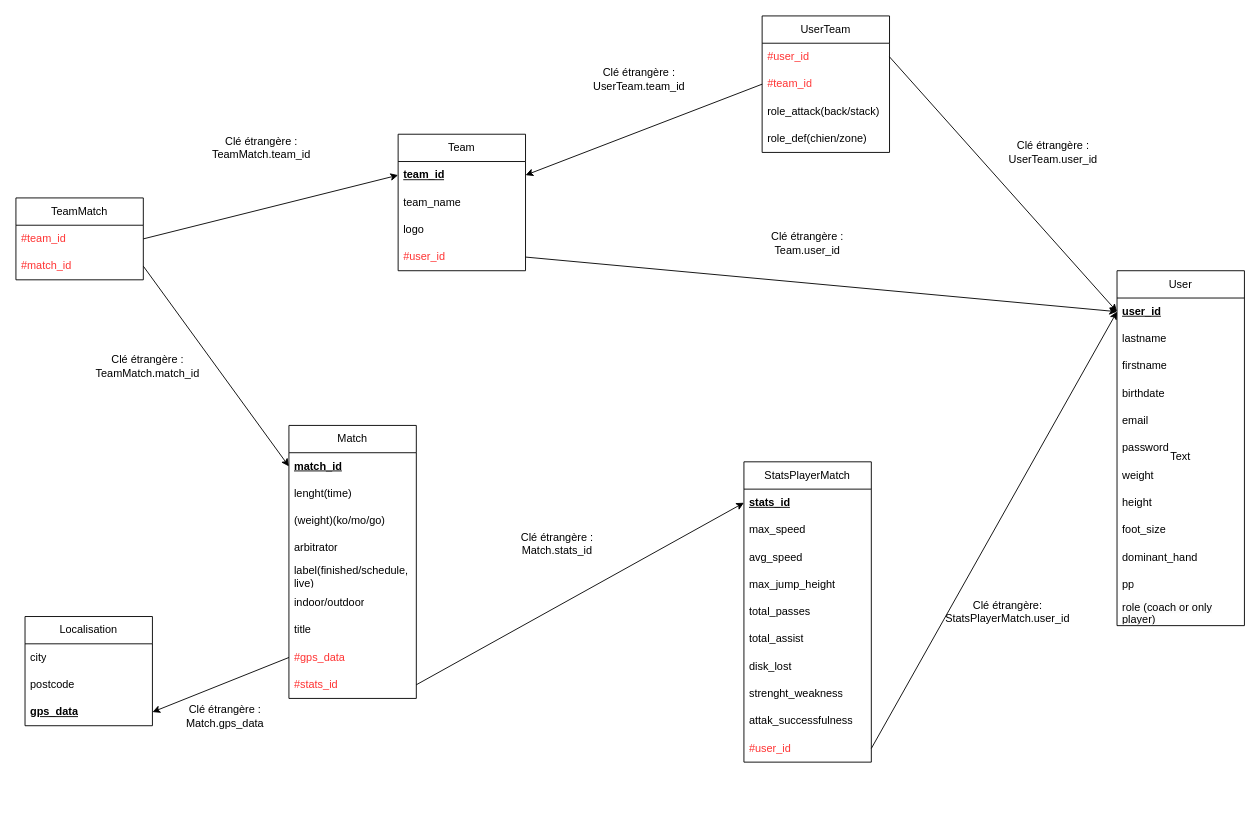
This is DB/schema_logique.dio from Saint-Patic/Projet-d-integration-2025-2026, a draw.io file, before an edit. Source tidied: cells renumbered, new cells numbered last; positions are measured from the earlier drawing's top-left corner, leaving out a move shared by most shapes. Both pictures are drawn from the tidied source at 91%, with x=0, y=0 at pixel (15, 15).
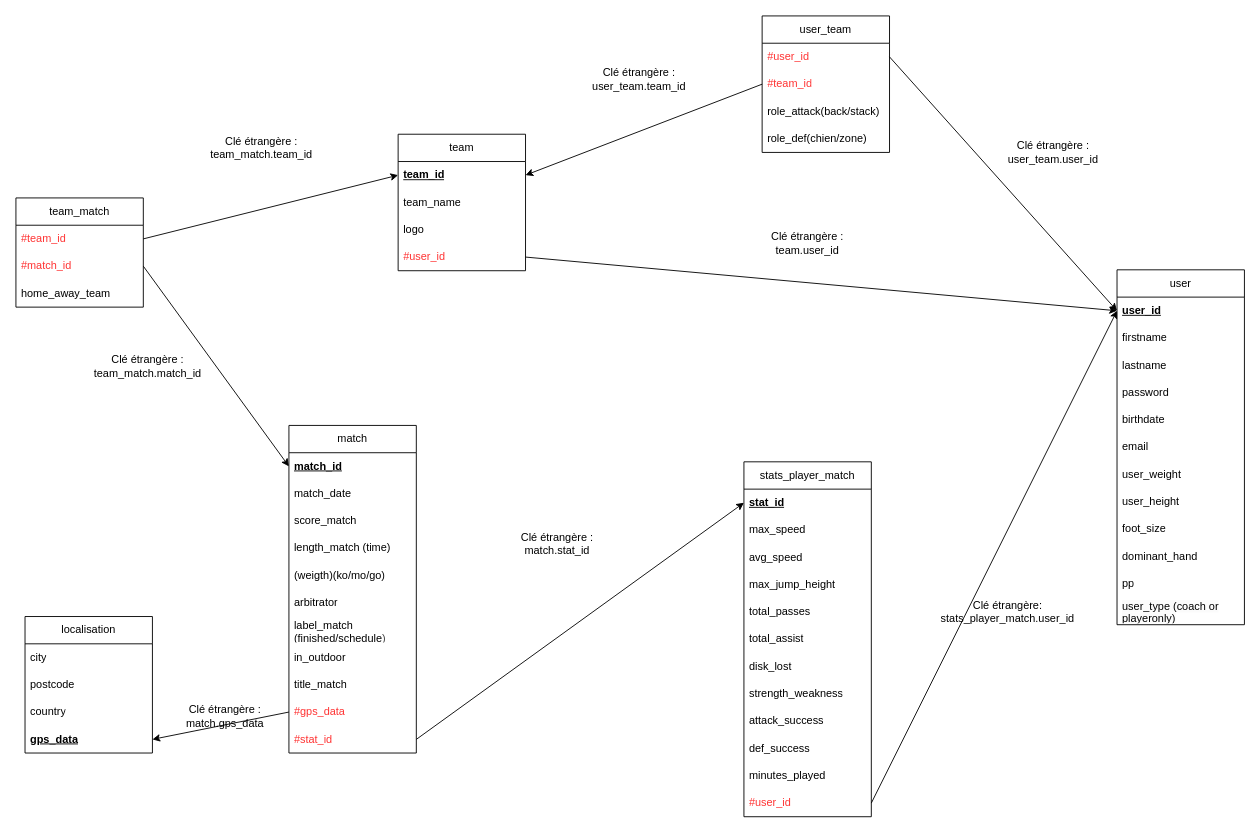
Above is the later version.

Change to the diagram source:
```diff
@@
-    <mxCell id="2" value="StatsPlayerMatch" style="swimlane;fontStyle=0;horizontal=1;startSize=30;whiteSpace=wrap;html=1;" parent="1" vertex="1">
-      <mxGeometry x="800" y="490" width="140" height="330" as="geometry" />
+    <mxCell id="2" value="stats_player_match" style="swimlane;fontStyle=0;horizontal=1;startSize=30;whiteSpace=wrap;html=1;" parent="1" vertex="1">
+      <mxGeometry x="800" y="490" width="140" height="390" as="geometry" />
     </mxCell>
-    <mxCell id="3" value="&lt;b&gt;&lt;u&gt;stats_id&lt;/u&gt;&lt;/b&gt;" style="text;strokeColor=none;fillColor=none;align=left;verticalAlign=middle;spacingLeft=4;spacingRight=4;overflow=hidden;points=[[0,0.5],[1,0.5]];portConstraint=eastwest;whiteSpace=wrap;html=1;" parent="2" vertex="1">
+    <mxCell id="3" value="&lt;b&gt;&lt;u&gt;stat_id&lt;/u&gt;&lt;/b&gt;" style="text;strokeColor=none;fillColor=none;align=left;verticalAlign=middle;spacingLeft=4;spacingRight=4;overflow=hidden;points=[[0,0.5],[1,0.5]];portConstraint=eastwest;whiteSpace=wrap;html=1;" parent="2" vertex="1">
       <mxGeometry y="30" width="140" height="30" as="geometry" />
     </mxCell>
@@
-    <mxCell id="10" value="strenght_weakness" style="text;strokeColor=none;fillColor=none;align=left;verticalAlign=middle;spacingLeft=4;spacingRight=4;overflow=hidden;whiteSpace=wrap;html=1;" parent="2" vertex="1">
+    <mxCell id="10" value="strength_weakness" style="text;strokeColor=none;fillColor=none;align=left;verticalAlign=middle;spacingLeft=4;spacingRight=4;overflow=hidden;whiteSpace=wrap;html=1;" parent="2" vertex="1">
       <mxGeometry y="240" width="140" height="30" as="geometry" />
     </mxCell>
-    <mxCell id="11" value="attak_successfulness" style="text;strokeColor=none;fillColor=none;align=left;verticalAlign=middle;spacingLeft=4;spacingRight=4;overflow=hidden;whiteSpace=wrap;html=1;" parent="2" vertex="1">
+    <mxCell id="11" value="attack_success" style="text;strokeColor=none;fillColor=none;align=left;verticalAlign=middle;spacingLeft=4;spacingRight=4;overflow=hidden;whiteSpace=wrap;html=1;" parent="2" vertex="1">
       <mxGeometry y="270" width="140" height="30" as="geometry" />
     </mxCell>
+    <mxCell id="70" value="def_success" style="text;strokeColor=none;fillColor=none;align=left;verticalAlign=middle;spacingLeft=4;spacingRight=4;overflow=hidden;whiteSpace=wrap;html=1;" parent="2" vertex="1">
+      <mxGeometry y="300" width="140" height="30" as="geometry" />
+    </mxCell>
+    <mxCell id="71" value="minutes_played" style="text;strokeColor=none;fillColor=none;align=left;verticalAlign=middle;spacingLeft=4;spacingRight=4;overflow=hidden;whiteSpace=wrap;html=1;" parent="2" vertex="1">
+      <mxGeometry y="330" width="140" height="30" as="geometry" />
+    </mxCell>
     <mxCell id="12" value="&lt;font style=&quot;color: rgb(255, 51, 51);&quot;&gt;#user_id&lt;/font&gt;" style="text;strokeColor=none;fillColor=none;align=left;verticalAlign=middle;spacingLeft=4;spacingRight=4;overflow=hidden;points=[[0,0.5],[1,0.5]];portConstraint=eastwest;whiteSpace=wrap;html=1;" parent="2" vertex="1">
-      <mxGeometry y="300" width="140" height="30" as="geometry" />
+      <mxGeometry y="360" width="140" height="30" as="geometry" />
     </mxCell>
-    <mxCell id="13" value="User" style="swimlane;fontStyle=0;horizontal=1;startSize=30;whiteSpace=wrap;html=1;" parent="1" vertex="1">
-      <mxGeometry x="1210" y="280" width="140" height="390" as="geometry" />
+    <mxCell id="13" value="user" style="swimlane;fontStyle=0;horizontal=1;startSize=30;whiteSpace=wrap;html=1;" parent="1" vertex="1">
+      <mxGeometry x="1210" y="279" width="140" height="390" as="geometry" />
     </mxCell>
@@
+    <mxCell id="16" value="firstname" style="text;strokeColor=none;fillColor=none;align=left;verticalAlign=middle;spacingLeft=4;spacingRight=4;overflow=hidden;whiteSpace=wrap;html=1;" parent="13" vertex="1">
+      <mxGeometry y="60" width="140" height="30" as="geometry" />
+    </mxCell>
     <mxCell id="15" value="lastname" style="text;strokeColor=none;fillColor=none;align=left;verticalAlign=middle;spacingLeft=4;spacingRight=4;overflow=hidden;whiteSpace=wrap;html=1;" parent="13" vertex="1">
-      <mxGeometry y="60" width="140" height="30" as="geometry" />
+      <mxGeometry y="90" width="140" height="30" as="geometry" />
     </mxCell>
-    <mxCell id="16" value="firstname" style="text;strokeColor=none;fillColor=none;align=left;verticalAlign=middle;spacingLeft=4;spacingRight=4;overflow=hidden;whiteSpace=wrap;html=1;" parent="13" vertex="1">
-      <mxGeometry y="90" width="140" height="30" as="geometry" />
-    </mxCell>
+    <mxCell id="19" value="password" style="text;strokeColor=none;fillColor=none;align=left;verticalAlign=middle;spacingLeft=4;spacingRight=4;overflow=hidden;whiteSpace=wrap;html=1;" parent="13" vertex="1">
+      <mxGeometry y="120" width="140" height="30" as="geometry" />
+    </mxCell>
     <mxCell id="17" value="birthdate" style="text;strokeColor=none;fillColor=none;align=left;verticalAlign=middle;spacingLeft=4;spacingRight=4;overflow=hidden;whiteSpace=wrap;html=1;" parent="13" vertex="1">
-      <mxGeometry y="120" width="140" height="30" as="geometry" />
+      <mxGeometry y="150" width="140" height="30" as="geometry" />
     </mxCell>
     <mxCell id="18" value="email" style="text;strokeColor=none;fillColor=none;align=left;verticalAlign=middle;spacingLeft=4;spacingRight=4;overflow=hidden;whiteSpace=wrap;html=1;" parent="13" vertex="1">
-      <mxGeometry y="150" width="140" height="30" as="geometry" />
+      <mxGeometry y="180" width="140" height="30" as="geometry" />
     </mxCell>
-    <mxCell id="19" value="password" style="text;strokeColor=none;fillColor=none;align=left;verticalAlign=middle;spacingLeft=4;spacingRight=4;overflow=hidden;whiteSpace=wrap;html=1;" parent="13" vertex="1">
-      <mxGeometry y="180" width="140" height="30" as="geometry" />
-    </mxCell>
-    <mxCell id="20" value="weight" style="text;strokeColor=none;fillColor=none;align=left;verticalAlign=middle;spacingLeft=4;spacingRight=4;overflow=hidden;whiteSpace=wrap;html=1;" parent="13" vertex="1">
+    <mxCell id="20" value="user_weight" style="text;strokeColor=none;fillColor=none;align=left;verticalAlign=middle;spacingLeft=4;spacingRight=4;overflow=hidden;whiteSpace=wrap;html=1;" parent="13" vertex="1">
       <mxGeometry y="210" width="140" height="30" as="geometry" />
     </mxCell>
-    <mxCell id="21" value="height" style="text;strokeColor=none;fillColor=none;align=left;verticalAlign=middle;spacingLeft=4;spacingRight=4;overflow=hidden;whiteSpace=wrap;html=1;" parent="13" vertex="1">
+    <mxCell id="21" value="user_height" style="text;strokeColor=none;fillColor=none;align=left;verticalAlign=middle;spacingLeft=4;spacingRight=4;overflow=hidden;whiteSpace=wrap;html=1;" parent="13" vertex="1">
       <mxGeometry y="240" width="140" height="30" as="geometry" />
     </mxCell>
@@
-    <mxCell id="25" value="&lt;span style=&quot;color: rgb(0, 0, 0); font-family: Helvetica; font-size: 12px; font-style: normal; font-variant-ligatures: normal; font-variant-caps: normal; font-weight: 400; letter-spacing: normal; orphans: 2; text-align: left; text-indent: 0px; text-transform: none; widows: 2; word-spacing: 0px; -webkit-text-stroke-width: 0px; white-space: normal; background-color: rgb(251, 251, 251); text-decoration-thickness: initial; text-decoration-style: initial; text-decoration-color: initial; float: none; display: inline !important;&quot;&gt;role (coach or only player)&lt;/span&gt;" style="text;strokeColor=none;fillColor=none;align=left;verticalAlign=middle;spacingLeft=4;spacingRight=4;overflow=hidden;whiteSpace=wrap;html=1;" parent="13" vertex="1">
+    <mxCell id="25" value="&lt;span style=&quot;color: rgb(0, 0, 0); font-family: Helvetica; font-size: 12px; font-style: normal; font-variant-ligatures: normal; font-variant-caps: normal; font-weight: 400; letter-spacing: normal; orphans: 2; text-align: left; text-indent: 0px; text-transform: none; widows: 2; word-spacing: 0px; -webkit-text-stroke-width: 0px; white-space: normal; background-color: rgb(251, 251, 251); text-decoration-thickness: initial; text-decoration-style: initial; text-decoration-color: initial; float: none; display: inline !important;&quot;&gt;user_type (coach or playeronly)&lt;/span&gt;" style="text;strokeColor=none;fillColor=none;align=left;verticalAlign=middle;spacingLeft=4;spacingRight=4;overflow=hidden;whiteSpace=wrap;html=1;" parent="13" vertex="1">
       <mxGeometry y="360" width="140" height="30" as="geometry" />
     </mxCell>
-    <mxCell id="26" value="Match" style="swimlane;fontStyle=0;horizontal=1;startSize=30;whiteSpace=wrap;html=1;" parent="1" vertex="1">
-      <mxGeometry x="300" y="450" width="140" height="300" as="geometry" />
+    <mxCell id="26" value="match" style="swimlane;fontStyle=0;horizontal=1;startSize=30;whiteSpace=wrap;html=1;" parent="1" vertex="1">
+      <mxGeometry x="300" y="450" width="140" height="360" as="geometry" />
     </mxCell>
@@
+    <mxCell id="72" value="match_date" style="text;strokeColor=none;fillColor=none;align=left;verticalAlign=middle;spacingLeft=4;spacingRight=4;overflow=hidden;whiteSpace=wrap;html=1;" parent="26" vertex="1">
+      <mxGeometry y="60" width="140" height="30" as="geometry" />
+    </mxCell>
+    <mxCell id="73" value="score_match" style="text;strokeColor=none;fillColor=none;align=left;verticalAlign=middle;spacingLeft=4;spacingRight=4;overflow=hidden;whiteSpace=wrap;html=1;" parent="26" vertex="1">
+      <mxGeometry y="90" width="140" height="30" as="geometry" />
+    </mxCell>
-    <mxCell id="28" value="lenght(time)" style="text;strokeColor=none;fillColor=none;align=left;verticalAlign=middle;spacingLeft=4;spacingRight=4;overflow=hidden;whiteSpace=wrap;html=1;" parent="26" vertex="1">
-      <mxGeometry y="60" width="140" height="30" as="geometry" />
+    <mxCell id="28" value="length_match (time)" style="text;strokeColor=none;fillColor=none;align=left;verticalAlign=middle;spacingLeft=4;spacingRight=4;overflow=hidden;whiteSpace=wrap;html=1;" parent="26" vertex="1">
+      <mxGeometry y="120" width="140" height="30" as="geometry" />
     </mxCell>
-    <mxCell id="29" value="(weight)(ko/mo/go)" style="text;strokeColor=none;fillColor=none;align=left;verticalAlign=middle;spacingLeft=4;spacingRight=4;overflow=hidden;whiteSpace=wrap;html=1;" parent="26" vertex="1">
-      <mxGeometry y="90" width="140" height="30" as="geometry" />
+    <mxCell id="29" value="(weigth)(ko/mo/go)" style="text;strokeColor=none;fillColor=none;align=left;verticalAlign=middle;spacingLeft=4;spacingRight=4;overflow=hidden;whiteSpace=wrap;html=1;" parent="26" vertex="1">
+      <mxGeometry y="150" width="140" height="30" as="geometry" />
     </mxCell>
     <mxCell id="30" value="arbitrator" style="text;strokeColor=none;fillColor=none;align=left;verticalAlign=middle;spacingLeft=4;spacingRight=4;overflow=hidden;whiteSpace=wrap;html=1;" parent="26" vertex="1">
-      <mxGeometry y="120" width="140" height="30" as="geometry" />
+      <mxGeometry y="180" width="140" height="30" as="geometry" />
     </mxCell>
-    <mxCell id="31" value="label(finished/schedule,&lt;div&gt;live)&lt;/div&gt;" style="text;strokeColor=none;fillColor=none;align=left;verticalAlign=middle;spacingLeft=4;spacingRight=4;overflow=hidden;whiteSpace=wrap;html=1;" parent="26" vertex="1">
-      <mxGeometry y="150" width="140" height="30" as="geometry" />
+    <mxCell id="31" value="label_match&lt;div&gt;(finished/schedule&lt;span style=&quot;color: rgb(63, 63, 63); background-color: transparent;&quot;&gt;)&lt;/span&gt;&lt;/div&gt;" style="text;strokeColor=none;fillColor=none;align=left;verticalAlign=middle;spacingLeft=4;spacingRight=4;overflow=hidden;whiteSpace=wrap;html=1;" parent="26" vertex="1">
+      <mxGeometry y="210" width="140" height="30" as="geometry" />
     </mxCell>
-    <mxCell id="32" value="indoor/outdoor" style="text;strokeColor=none;fillColor=none;align=left;verticalAlign=middle;spacingLeft=4;spacingRight=4;overflow=hidden;whiteSpace=wrap;html=1;" parent="26" vertex="1">
-      <mxGeometry y="180" width="140" height="30" as="geometry" />
+    <mxCell id="32" value="in_outdoor" style="text;strokeColor=none;fillColor=none;align=left;verticalAlign=middle;spacingLeft=4;spacingRight=4;overflow=hidden;whiteSpace=wrap;html=1;" parent="26" vertex="1">
+      <mxGeometry y="240" width="140" height="30" as="geometry" />
     </mxCell>
-    <mxCell id="33" value="title" style="text;strokeColor=none;fillColor=none;align=left;verticalAlign=middle;spacingLeft=4;spacingRight=4;overflow=hidden;whiteSpace=wrap;html=1;" parent="26" vertex="1">
-      <mxGeometry y="210" width="140" height="30" as="geometry" />
+    <mxCell id="33" value="title_match" style="text;strokeColor=none;fillColor=none;align=left;verticalAlign=middle;spacingLeft=4;spacingRight=4;overflow=hidden;whiteSpace=wrap;html=1;" parent="26" vertex="1">
+      <mxGeometry y="270" width="140" height="30" as="geometry" />
     </mxCell>
     <mxCell id="34" value="&lt;font style=&quot;color: rgb(255, 51, 51);&quot;&gt;#gps_data&lt;/font&gt;" style="text;strokeColor=none;fillColor=none;align=left;verticalAlign=middle;spacingLeft=4;spacingRight=4;overflow=hidden;points=[[0,0.5],[1,0.5]];portConstraint=eastwest;whiteSpace=wrap;html=1;" parent="26" vertex="1">
-      <mxGeometry y="240" width="140" height="30" as="geometry" />
+      <mxGeometry y="300" width="140" height="30" as="geometry" />
     </mxCell>
-    <mxCell id="35" value="&lt;font style=&quot;color: rgb(255, 51, 51);&quot;&gt;#stats_id&lt;/font&gt;" style="text;strokeColor=none;fillColor=none;align=left;verticalAlign=middle;spacingLeft=4;spacingRight=4;overflow=hidden;points=[[0,0.5],[1,0.5]];portConstraint=eastwest;whiteSpace=wrap;html=1;" parent="26" vertex="1">
-      <mxGeometry y="270" width="140" height="30" as="geometry" />
+    <mxCell id="35" value="&lt;font style=&quot;color: rgb(255, 51, 51);&quot;&gt;#stat_id&lt;/font&gt;" style="text;strokeColor=none;fillColor=none;align=left;verticalAlign=middle;spacingLeft=4;spacingRight=4;overflow=hidden;points=[[0,0.5],[1,0.5]];portConstraint=eastwest;whiteSpace=wrap;html=1;" parent="26" vertex="1">
+      <mxGeometry y="330" width="140" height="30" as="geometry" />
     </mxCell>
-    <mxCell id="36" value="Team" style="swimlane;fontStyle=0;horizontal=1;startSize=30;whiteSpace=wrap;html=1;" parent="1" vertex="1">
+    <mxCell id="36" value="team" style="swimlane;fontStyle=0;horizontal=1;startSize=30;whiteSpace=wrap;html=1;" parent="1" vertex="1">
       <mxGeometry x="420" y="130" width="140" height="150" as="geometry" />
     </mxCell>
@@
-    <mxCell id="41" value="Localisation" style="swimlane;fontStyle=0;horizontal=1;startSize=30;whiteSpace=wrap;html=1;" parent="1" vertex="1">
-      <mxGeometry x="10" y="660" width="140" height="120" as="geometry" />
+    <mxCell id="41" value="localisation" style="swimlane;fontStyle=0;horizontal=1;startSize=30;whiteSpace=wrap;html=1;" parent="1" vertex="1">
+      <mxGeometry x="10" y="660" width="140" height="150" as="geometry" />
     </mxCell>
@@
+    <mxCell id="74" value="country" style="text;strokeColor=none;fillColor=none;align=left;verticalAlign=middle;spacingLeft=4;spacingRight=4;overflow=hidden;whiteSpace=wrap;html=1;" parent="41" vertex="1">
+      <mxGeometry y="90" width="140" height="30" as="geometry" />
+    </mxCell>
     <mxCell id="44" value="&lt;u&gt;&lt;font&gt;&lt;b&gt;gps_data&lt;/b&gt;&lt;/font&gt;&lt;/u&gt;" style="text;strokeColor=none;fillColor=none;align=left;verticalAlign=middle;spacingLeft=4;spacingRight=4;overflow=hidden;points=[[0,0.5],[1,0.5]];portConstraint=eastwest;whiteSpace=wrap;html=1;" parent="41" vertex="1">
-      <mxGeometry y="90" width="140" height="30" as="geometry" />
+      <mxGeometry y="120" width="140" height="30" as="geometry" />
     </mxCell>
@@
-    <mxCell id="46" value="Clé étrangère : Match.gps_data" style="text;html=1;align=center;verticalAlign=middle;whiteSpace=wrap;rounded=0;" parent="1" vertex="1">
+    <mxCell id="46" value="Clé étrangère : match.gps_data" style="text;html=1;align=center;verticalAlign=middle;whiteSpace=wrap;rounded=0;" parent="1" vertex="1">
       <mxGeometry x="170" y="740" width="120" height="60" as="geometry" />
     </mxCell>
@@
-    <mxCell id="48" value="Clé étrangère :&lt;div&gt;Match.stats_id&lt;/div&gt;" style="text;html=1;align=center;verticalAlign=middle;whiteSpace=wrap;rounded=0;" parent="1" vertex="1">
+    <mxCell id="48" value="Clé étrangère :&lt;div&gt;match.stat_id&lt;/div&gt;" style="text;html=1;align=center;verticalAlign=middle;whiteSpace=wrap;rounded=0;" parent="1" vertex="1">
       <mxGeometry x="500" y="530" width="190" height="100" as="geometry" />
     </mxCell>
@@
-    <mxCell id="50" value="TeamMatch" style="swimlane;fontStyle=0;horizontal=1;startSize=30;whiteSpace=wrap;html=1;" parent="1" vertex="1">
-      <mxGeometry y="200" width="140" height="90" as="geometry" />
+    <mxCell id="50" value="team_match" style="swimlane;fontStyle=0;horizontal=1;startSize=30;whiteSpace=wrap;html=1;" parent="1" vertex="1">
+      <mxGeometry y="200" width="140" height="120" as="geometry" />
     </mxCell>
@@
+    <mxCell id="75" value="home_away_team" style="text;strokeColor=none;fillColor=none;align=left;verticalAlign=middle;spacingLeft=4;spacingRight=4;overflow=hidden;whiteSpace=wrap;html=1;" parent="50" vertex="1">
+      <mxGeometry y="90" width="140" height="30" as="geometry" />
+    </mxCell>
@@
-    <mxCell id="56" value="UserTeam" style="swimlane;fontStyle=0;horizontal=1;startSize=30;whiteSpace=wrap;html=1;" parent="1" vertex="1">
+    <mxCell id="56" value="user_team" style="swimlane;fontStyle=0;horizontal=1;startSize=30;whiteSpace=wrap;html=1;" parent="1" vertex="1">
       <mxGeometry x="820" width="140" height="150" as="geometry" />
     </mxCell>
@@
-    <mxCell id="63" value="Text" style="text;html=1;align=center;verticalAlign=middle;whiteSpace=wrap;rounded=0;" parent="1" vertex="1">
-      <mxGeometry x="1250" y="470" width="60" height="30" as="geometry" />
-    </mxCell>
-    <mxCell id="64" value="Clé étrangère:&lt;div&gt;StatsPlayerMatch.user_id&lt;/div&gt;" style="text;html=1;align=center;verticalAlign=middle;whiteSpace=wrap;rounded=0;" parent="1" vertex="1">
+    <mxCell id="64" value="Clé étrangère:&lt;div&gt;stats_player_match.user_id&lt;/div&gt;" style="text;html=1;align=center;verticalAlign=middle;whiteSpace=wrap;rounded=0;" parent="1" vertex="1">
       <mxGeometry x="980" y="595" width="220" height="120" as="geometry" />
     </mxCell>
-    <mxCell id="65" value="Clé étrangère :&lt;div&gt;UserTeam.user_id&lt;/div&gt;" style="text;html=1;align=center;verticalAlign=middle;whiteSpace=wrap;rounded=0;" parent="1" vertex="1">
+    <mxCell id="65" value="Clé étrangère :&lt;div&gt;user_team.user_id&lt;/div&gt;" style="text;html=1;align=center;verticalAlign=middle;whiteSpace=wrap;rounded=0;" parent="1" vertex="1">
       <mxGeometry x="1045" y="100" width="190" height="100" as="geometry" />
     </mxCell>
-    <mxCell id="66" value="Clé étrangère :&lt;div&gt;UserTeam.team_id&lt;/div&gt;" style="text;html=1;align=center;verticalAlign=middle;whiteSpace=wrap;rounded=0;" parent="1" vertex="1">
+    <mxCell id="66" value="Clé étrangère :&lt;div&gt;user_team.team_id&lt;/div&gt;" style="text;html=1;align=center;verticalAlign=middle;whiteSpace=wrap;rounded=0;" parent="1" vertex="1">
       <mxGeometry x="610" y="30" width="150" height="80" as="geometry" />
     </mxCell>
-    <mxCell id="67" value="Clé étrangère :&lt;div&gt;Team.user_id&lt;/div&gt;" style="text;html=1;align=center;verticalAlign=middle;whiteSpace=wrap;rounded=0;" parent="1" vertex="1">
+    <mxCell id="67" value="Clé étrangère :&lt;div&gt;team.user_id&lt;/div&gt;" style="text;html=1;align=center;verticalAlign=middle;whiteSpace=wrap;rounded=0;" parent="1" vertex="1">
       <mxGeometry x="790" y="200" width="160" height="100" as="geometry" />
     </mxCell>
-    <mxCell id="68" value="Clé étrangère :&lt;div&gt;TeamMatch.team_id&lt;/div&gt;" style="text;html=1;align=center;verticalAlign=middle;whiteSpace=wrap;rounded=0;" parent="1" vertex="1">
+    <mxCell id="68" value="Clé étrangère :&lt;div&gt;team_match.team_id&lt;/div&gt;" style="text;html=1;align=center;verticalAlign=middle;whiteSpace=wrap;rounded=0;" parent="1" vertex="1">
       <mxGeometry x="180" y="90" width="180" height="110" as="geometry" />
     </mxCell>
-    <mxCell id="69" value="Clé étrangère :&lt;div&gt;TeamMatch.match_id&lt;/div&gt;" style="text;html=1;align=center;verticalAlign=middle;whiteSpace=wrap;rounded=0;" parent="1" vertex="1">
+    <mxCell id="69" value="Clé étrangère :&lt;div&gt;team_match.match_id&lt;/div&gt;" style="text;html=1;align=center;verticalAlign=middle;whiteSpace=wrap;rounded=0;" parent="1" vertex="1">
       <mxGeometry x="70" y="320" width="150" height="130" as="geometry" />
     </mxCell>
```
